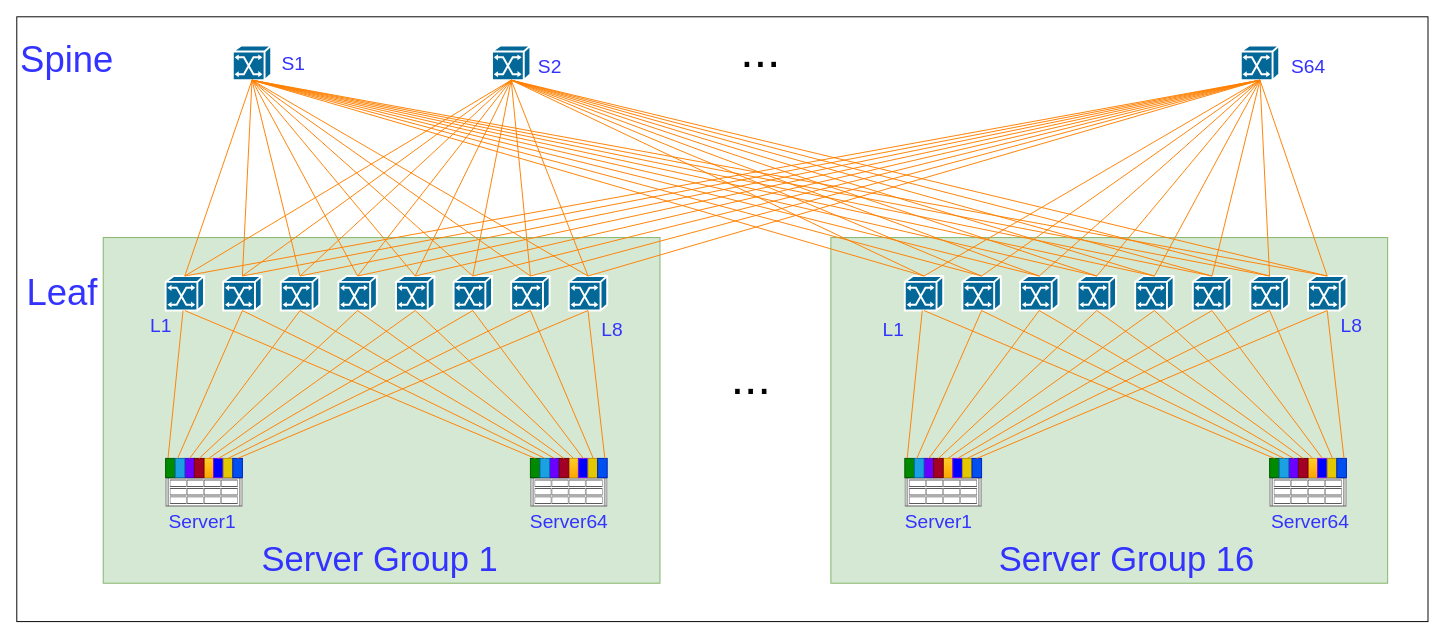
Before: 1024卡集群拓扑.drawio in hel-2000/network-draw, a draw.io diagram. Source tidied: cells renumbered, new cells numbered last; positions are measured from the earlier drawing's top-left corner, leaving out a move shared by most shapes. Both pictures are drawn from the tidied source at 96%, with x=0, y=0 at pixel (16, 16).
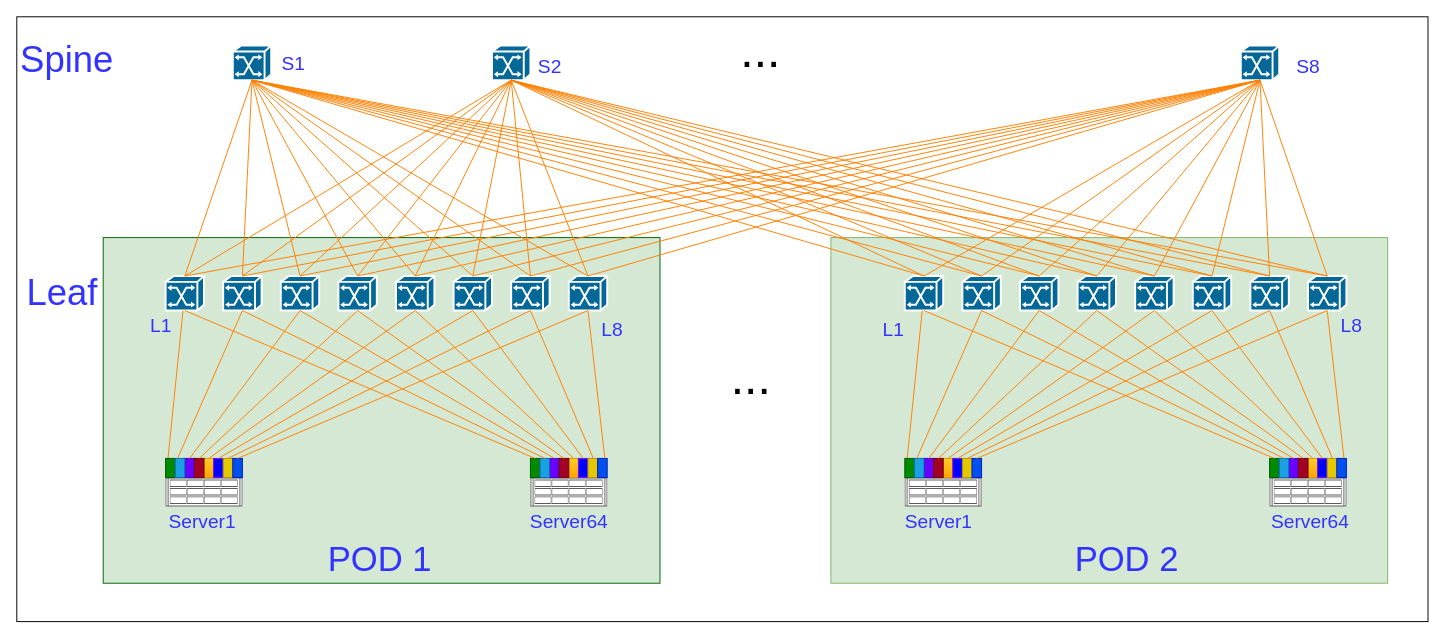
After the change.

Commit message:
更新1024卡集群拓扑.drawio

Diff of the diagram source:
```diff
@@
-    <mxCell id="4" style="whiteSpace=wrap;html=1;fillColor=#d5e8d4;strokeColor=#82b366;" parent="1" vertex="1">
+    <mxCell id="4" style="whiteSpace=wrap;html=1;fillColor=#d5e8d4;strokeColor=#006600;" parent="1" vertex="1">
       <mxGeometry x="90" y="230" width="580" height="360" as="geometry" />
     </mxCell>
@@
-    <mxCell id="143" value="&lt;font color=&quot;#3333ff&quot;&gt;&lt;span style=&quot;font-size: 20px;&quot;&gt;S64&lt;/span&gt;&lt;/font&gt;" style="text;strokeColor=none;align=center;fillColor=none;html=1;verticalAlign=middle;whiteSpace=wrap;rounded=0;" parent="1" vertex="1">
+    <mxCell id="143" value="&lt;font color=&quot;#3333ff&quot;&gt;&lt;span style=&quot;font-size: 20px;&quot;&gt;S8&lt;/span&gt;&lt;/font&gt;" style="text;strokeColor=none;align=center;fillColor=none;html=1;verticalAlign=middle;whiteSpace=wrap;rounded=0;" parent="1" vertex="1">
       <mxGeometry x="1327.5" y="36" width="35" height="30" as="geometry" />
     </mxCell>
@@
-    <mxCell id="147" value="&lt;font style=&quot;font-size: 36px;&quot; color=&quot;#3333ff&quot;&gt;Server Group 1&lt;/font&gt;" style="text;strokeColor=none;align=center;fillColor=none;html=1;verticalAlign=middle;whiteSpace=wrap;rounded=0;" parent="1" vertex="1">
+    <mxCell id="147" value="&lt;font style=&quot;font-size: 36px;&quot; color=&quot;#3333ff&quot;&gt;POD 1&lt;/font&gt;" style="text;strokeColor=none;align=center;fillColor=none;html=1;verticalAlign=middle;whiteSpace=wrap;rounded=0;" parent="1" vertex="1">
       <mxGeometry x="245.5" y="550" width="265" height="30" as="geometry" />
     </mxCell>
-    <mxCell id="148" value="&lt;font style=&quot;font-size: 36px;&quot; color=&quot;#3333ff&quot;&gt;Server Group 16&lt;/font&gt;" style="text;strokeColor=none;align=center;fillColor=none;html=1;verticalAlign=middle;whiteSpace=wrap;rounded=0;" parent="1" vertex="1">
+    <mxCell id="148" value="&lt;font style=&quot;font-size: 36px;&quot; color=&quot;#3333ff&quot;&gt;POD 2&lt;/font&gt;" style="text;strokeColor=none;align=center;fillColor=none;html=1;verticalAlign=middle;whiteSpace=wrap;rounded=0;" parent="1" vertex="1">
       <mxGeometry x="998" y="550" width="317" height="30" as="geometry" />
     </mxCell>
```
